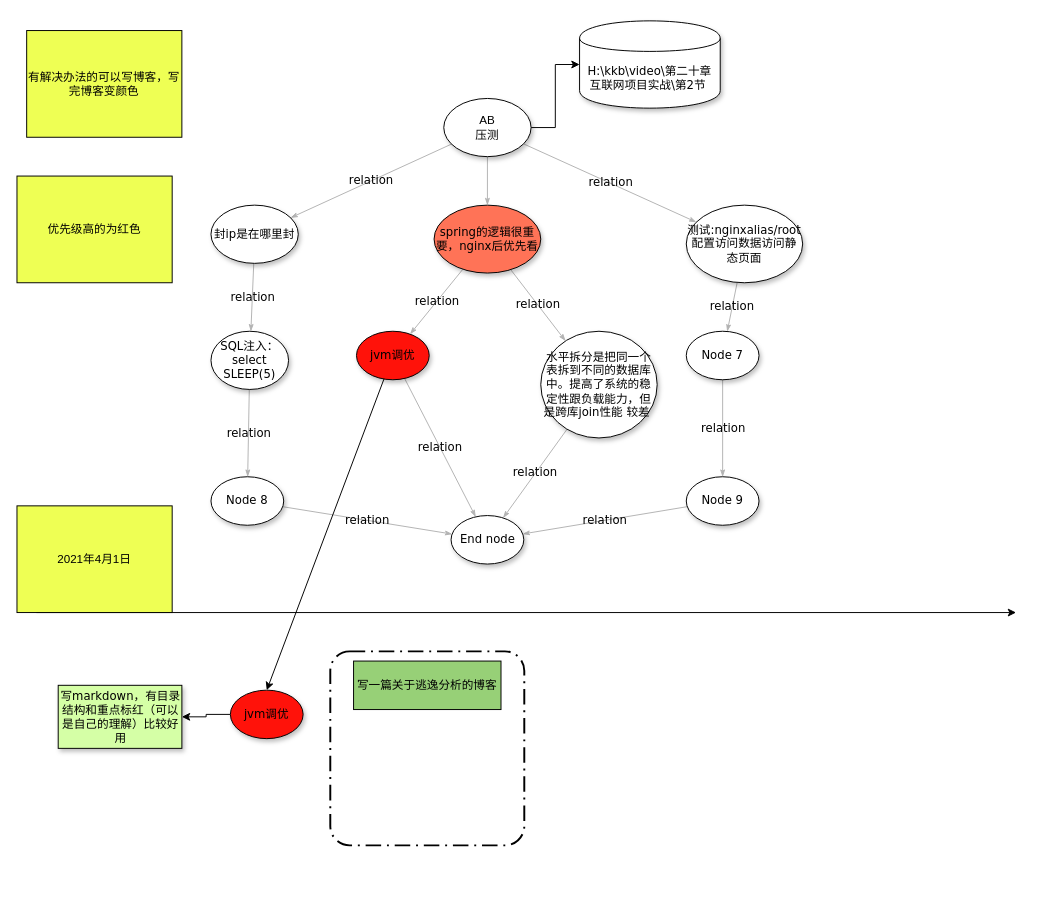
The draw.io diagram 待办.drawio in pikefeier/diagrams, before the edit. Source tidied: cells renumbered, new cells numbered last; positions are measured from the earlier drawing's top-left corner, leaving out a move shared by most shapes. Both pictures are drawn from the tidied source at 97%, with x=0, y=0 at pixel (16, 20).
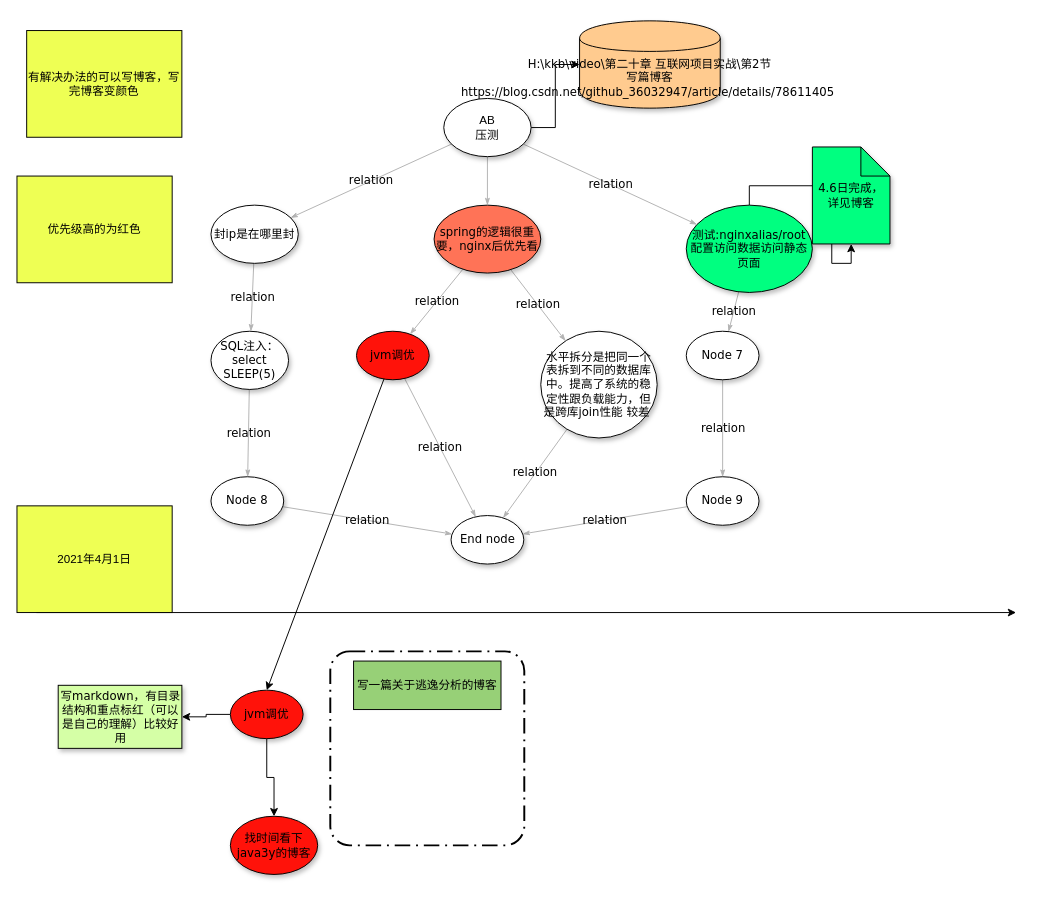
After the change.

The change refers to these unchanged cells:
```xml
<mxCell id="32" value="&lt;span&gt;jvm调优&lt;/span&gt;" style="ellipse;whiteSpace=wrap;html=1;rounded=0;shadow=1;comic=0;labelBackgroundColor=none;strokeWidth=1;fontFamily=Verdana;fontSize=12;align=center;fillColor=#FF120A;" parent="1" vertex="1">
  <mxGeometry x="220" y="690" width="75" height="50" as="geometry" />
</mxCell>
```

Change to the diagram source:
```diff
@@
+    <mxCell id="38" style="edgeStyle=orthogonalEdgeStyle;rounded=0;jettySize=auto;html=1;" parent="1" edge="1" source="11" target="41">
+      <mxGeometry relative="1" as="geometry" />
+    </mxCell>
-    <mxCell id="11" value="&lt;span&gt;测试:nginxalias/root配置访问数据访问静态页面&lt;/span&gt;" style="ellipse;whiteSpace=wrap;html=1;rounded=0;shadow=1;comic=0;labelBackgroundColor=none;strokeWidth=1;fontFamily=Verdana;fontSize=12;align=center;" parent="1" vertex="1">
-      <mxGeometry x="690" y="190" width="120" height="80" as="geometry" />
+    <mxCell id="11" value="&lt;span&gt;测试:nginxalias/root配置访问数据访问静态页面&lt;/span&gt;" style="ellipse;whiteSpace=wrap;html=1;rounded=0;shadow=1;comic=0;labelBackgroundColor=none;strokeWidth=1;fontFamily=Verdana;fontSize=12;align=center;fillColor=#00FF80;" parent="1" vertex="1">
+      <mxGeometry x="690" y="190" width="130" height="90" as="geometry" />
     </mxCell>
@@
+    <mxCell id="39" style="edgeStyle=orthogonalEdgeStyle;rounded=0;jettySize=auto;html=1;" parent="1" edge="1" source="32" target="40">
+      <mxGeometry relative="1" as="geometry" />
+    </mxCell>
@@
-    <mxCell id="36" value="H:\kkb\video\第二十章 互联网项目实战\第2节&amp;nbsp;" style="shape=cylinder;whiteSpace=wrap;html=1;boundedLbl=1;backgroundOutline=1;rounded=0;shadow=1;fontFamily=Verdana;strokeWidth=1;comic=0;" parent="1" vertex="1">
+    <mxCell id="36" value="H:\kkb\video\第二十章 互联网项目实战\第2节&lt;br&gt;写篇博客https://blog.csdn.net/github_36032947/article/details/78611405&amp;nbsp;" style="shape=cylinder;whiteSpace=wrap;html=1;boundedLbl=1;backgroundOutline=1;rounded=0;shadow=1;fontFamily=Verdana;strokeWidth=1;comic=0;fillColor=#FFCB8F;" parent="1" vertex="1">
       <mxGeometry x="580" width="145" height="90" as="geometry" />
     </mxCell>
@@
+    <mxCell id="40" value="找时间看下java3y的博客" style="ellipse;whiteSpace=wrap;html=1;rounded=0;shadow=1;comic=0;labelBackgroundColor=none;strokeWidth=1;fontFamily=Verdana;fontSize=12;align=center;fillColor=#FF120A;" parent="1" vertex="1">
+      <mxGeometry x="220" y="820" width="90" height="60" as="geometry" />
+    </mxCell>
+    <mxCell id="41" value="4.6日完成，详见博客" style="shape=note;whiteSpace=wrap;html=1;backgroundOutline=1;darkOpacity=0.05;rounded=0;shadow=1;fontFamily=Verdana;strokeWidth=1;fillColor=#00FF80;comic=0;" parent="1" vertex="1">
+      <mxGeometry x="820" y="130" width="80" height="100" as="geometry" />
+    </mxCell>
```
